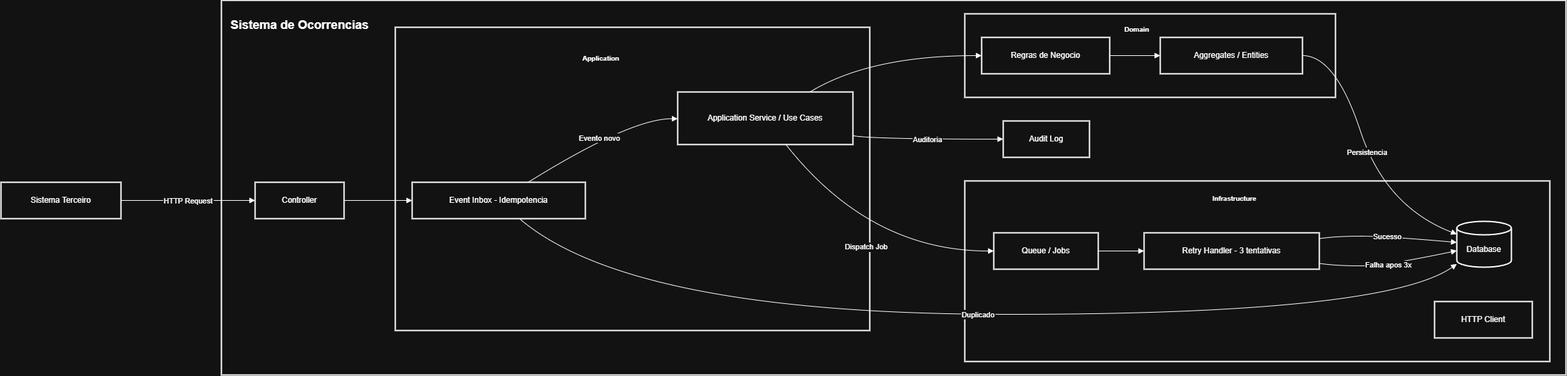
Before: docs/diagrama.png, a diagram exported from draw.io (pqmath/prova). Source tidied: cells renumbered, new cells last; positions are measured from the earlier drawing's top-left corner, leaving out a move shared by most shapes.
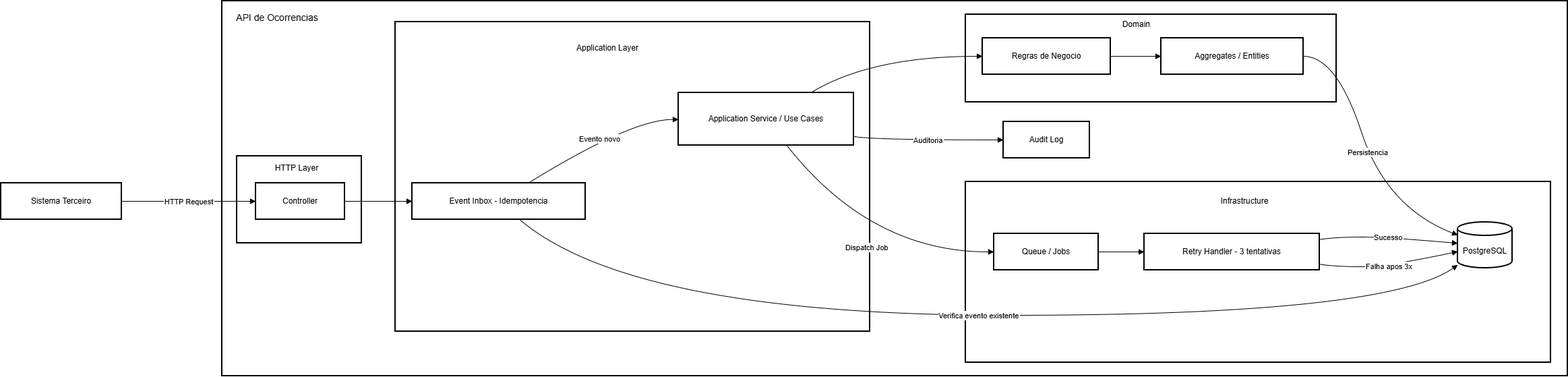
Later version of the same file.

The edit, as a diff of the source:
```diff
@@ -2,134 +2,137 @@
   <root>
     <mxCell id="0" />
     <mxCell id="1" parent="0" />
-    <mxCell id="2" style="whiteSpace=wrap;strokeWidth=2;" parent="1" vertex="1">
-      <mxGeometry x="327" width="1995" height="556" as="geometry" />
-    </mxCell>
-    <mxCell id="3" style="whiteSpace=wrap;strokeWidth=2;" parent="1" vertex="1">
-      <mxGeometry x="1430" y="268" width="868" height="268" as="geometry" />
-    </mxCell>
-    <mxCell id="4" style="whiteSpace=wrap;strokeWidth=2;" parent="1" vertex="1">
-      <mxGeometry x="1430" y="20" width="550" height="124" as="geometry" />
-    </mxCell>
-    <mxCell id="5" style="whiteSpace=wrap;strokeWidth=2;" parent="1" vertex="1">
-      <mxGeometry x="585" y="40" width="704" height="450" as="geometry" />
-    </mxCell>
+    <mxCell id="33" style="whiteSpace=wrap;strokeWidth=2;" parent="1" vertex="1">
+      <mxGeometry x="678" y="120" width="1996" height="556" as="geometry" />
+    </mxCell>
+    <mxCell id="34" style="whiteSpace=wrap;strokeWidth=2;" parent="1" vertex="1">
+      <mxGeometry x="1781" y="388" width="868" height="268" as="geometry" />
+    </mxCell>
+    <mxCell id="35" style="whiteSpace=wrap;strokeWidth=2;" parent="1" vertex="1">
+      <mxGeometry x="1781" y="140" width="550" height="130" as="geometry" />
+    </mxCell>
+    <mxCell id="36" style="whiteSpace=wrap;strokeWidth=2;" parent="1" vertex="1">
+      <mxGeometry x="935" y="151" width="704" height="459" as="geometry" />
+    </mxCell>
+    <mxCell id="37" style="whiteSpace=wrap;strokeWidth=2;" parent="1" vertex="1">
+      <mxGeometry x="700" y="350" width="185" height="129" as="geometry" />
+    </mxCell>
     <mxCell id="6" value="Sistema Terceiro" style="whiteSpace=wrap;strokeWidth=2;" parent="1" vertex="1">
-      <mxGeometry y="270" width="178" height="54" as="geometry" />
+      <mxGeometry x="350" y="390" width="179" height="54" as="geometry" />
     </mxCell>
     <mxCell id="7" value="Controller" style="whiteSpace=wrap;strokeWidth=2;" parent="1" vertex="1">
-      <mxGeometry x="377" y="270" width="132" height="54" as="geometry" />
+      <mxGeometry x="728" y="390" width="132" height="54" as="geometry" />
     </mxCell>
     <mxCell id="8" value="Event Inbox - Idempotencia" style="whiteSpace=wrap;strokeWidth=2;" parent="1" vertex="1">
-      <mxGeometry x="610" y="270" width="257" height="54" as="geometry" />
+      <mxGeometry x="960" y="390" width="257" height="54" as="geometry" />
     </mxCell>
     <mxCell id="9" value="Application Service / Use Cases" style="whiteSpace=wrap;strokeWidth=2;" parent="1" vertex="1">
-      <mxGeometry x="1004" y="136" width="260" height="78" as="geometry" />
+      <mxGeometry x="1355" y="256" width="260" height="78" as="geometry" />
     </mxCell>
     <mxCell id="10" value="Regras de Negocio" style="whiteSpace=wrap;strokeWidth=2;" parent="1" vertex="1">
-      <mxGeometry x="1455" y="55" width="190" height="54" as="geometry" />
+      <mxGeometry x="1806" y="175" width="190" height="54" as="geometry" />
     </mxCell>
     <mxCell id="11" value="Aggregates / Entities" style="whiteSpace=wrap;strokeWidth=2;" parent="1" vertex="1">
-      <mxGeometry x="1720" y="55" width="211" height="54" as="geometry" />
+      <mxGeometry x="2071" y="175" width="211" height="54" as="geometry" />
     </mxCell>
-    <mxCell id="12" value="Database" style="shape=cylinder3;boundedLbl=1;backgroundOutline=1;size=10;strokeWidth=2;whiteSpace=wrap;" parent="1" vertex="1">
-      <mxGeometry x="2160" y="328" width="81" height="68" as="geometry" />
-    </mxCell>
+    <mxCell id="38" value="PostgreSQL" style="shape=cylinder3;boundedLbl=1;backgroundOutline=1;size=10;strokeWidth=2;whiteSpace=wrap;" parent="1" vertex="1">
+      <mxGeometry x="2511" y="448" width="81" height="68" as="geometry" />
+    </mxCell>
     <mxCell id="13" value="Queue / Jobs" style="whiteSpace=wrap;strokeWidth=2;" parent="1" vertex="1">
-      <mxGeometry x="1473" y="345" width="155" height="54" as="geometry" />
+      <mxGeometry x="1823" y="465" width="155" height="54" as="geometry" />
     </mxCell>
     <mxCell id="14" value="Retry Handler - 3 tentativas" style="whiteSpace=wrap;strokeWidth=2;" parent="1" vertex="1">
-      <mxGeometry x="1696" y="345" width="260" height="54" as="geometry" />
+      <mxGeometry x="2046" y="465" width="260" height="54" as="geometry" />
     </mxCell>
-    <mxCell id="15" value="HTTP Client" style="whiteSpace=wrap;strokeWidth=2;" parent="1" vertex="1">
-      <mxGeometry x="2127" y="447" width="145" height="54" as="geometry" />
-    </mxCell>
     <mxCell id="16" value="Audit Log" style="whiteSpace=wrap;strokeWidth=2;" parent="1" vertex="1">
-      <mxGeometry x="1487" y="179" width="128" height="54" as="geometry" />
+      <mxGeometry x="1837" y="299" width="128" height="54" as="geometry" />
     </mxCell>
     <mxCell id="17" value="HTTP Request" style="curved=1;startArrow=none;endArrow=block;exitX=1;exitY=0.5;entryX=0;entryY=0.5;rounded=0;" parent="1" edge="1" source="6" target="7">
       <mxGeometry relative="1" as="geometry" />
     </mxCell>
-    <mxCell id="18" style="curved=1;startArrow=none;endArrow=block;exitX=1.01;exitY=0.5;entryX=0;entryY=0.5;rounded=0;" parent="1" edge="1" source="7" target="8">
+    <mxCell id="18" style="curved=1;startArrow=none;endArrow=block;exitX=1;exitY=0.5;entryX=0;entryY=0.5;rounded=0;" parent="1" edge="1" source="7" target="8">
       <mxGeometry relative="1" as="geometry" />
     </mxCell>
     <mxCell id="19" value="Evento novo" style="curved=1;startArrow=none;endArrow=block;exitX=0.67;exitY=0;entryX=0;entryY=0.51;rounded=0;" parent="1" edge="1" source="8" target="9">
       <mxGeometry relative="1" as="geometry">
         <Array as="points">
-          <mxPoint x="935" y="175" />
+          <mxPoint x="1286" y="295" />
         </Array>
       </mxGeometry>
     </mxCell>
-    <mxCell id="20" value="Duplicado" style="curved=1;startArrow=none;endArrow=block;exitX=0.62;exitY=1;entryX=0;entryY=0.93;rounded=0;" parent="1" edge="1" source="8" target="12">
-      <mxGeometry relative="1" as="geometry">
-        <Array as="points">
-          <mxPoint x="935" y="466" />
-          <mxPoint x="2054" y="466" />
-        </Array>
-      </mxGeometry>
-    </mxCell>
+    <mxCell id="39" value="Verifica evento existente" style="curved=1;startArrow=none;endArrow=block;exitX=0.62;exitY=1;entryX=0;entryY=0.93;rounded=0;" parent="1" edge="1" source="8" target="38">
+      <mxGeometry relative="1" as="geometry">
+        <Array as="points">
+          <mxPoint x="1286" y="586" />
+          <mxPoint x="2405" y="586" />
+        </Array>
+      </mxGeometry>
+    </mxCell>
     <mxCell id="21" style="curved=1;startArrow=none;endArrow=block;exitX=0.75;exitY=0.01;entryX=0;entryY=0.5;rounded=0;" parent="1" edge="1" source="9" target="10">
       <mxGeometry relative="1" as="geometry">
         <Array as="points">
-          <mxPoint x="1289" y="82" />
+          <mxPoint x="1640" y="202" />
         </Array>
       </mxGeometry>
     </mxCell>
     <mxCell id="22" style="curved=1;startArrow=none;endArrow=block;exitX=1;exitY=0.5;entryX=0;entryY=0.5;rounded=0;" parent="1" edge="1" source="10" target="11">
       <mxGeometry relative="1" as="geometry" />
     </mxCell>
-    <mxCell id="23" value="Persistencia" style="curved=1;startArrow=none;endArrow=block;exitX=1;exitY=0.5;entryX=0;entryY=0.28;rounded=0;" parent="1" edge="1" source="11" target="12">
+    <mxCell id="23" value="Persistencia" style="curved=1;startArrow=none;endArrow=block;exitX=1;exitY=0.5;entryX=0;entryY=0.28;rounded=0;" parent="1" edge="1" source="11" target="38">
       <mxGeometry relative="1" as="geometry">
         <Array as="points">
-          <mxPoint x="1980" y="82" />
-          <mxPoint x="2054" y="306" />
+          <mxPoint x="2331" y="202" />
+          <mxPoint x="2405" y="426" />
         </Array>
       </mxGeometry>
     </mxCell>
     <mxCell id="24" value="Auditoria" style="curved=1;startArrow=none;endArrow=block;exitX=1;exitY=0.83;entryX=0;entryY=0.5;rounded=0;" parent="1" edge="1" source="9" target="16">
       <mxGeometry relative="1" as="geometry">
         <Array as="points">
-          <mxPoint x="1289" y="206" />
+          <mxPoint x="1640" y="326" />
         </Array>
       </mxGeometry>
     </mxCell>
     <mxCell id="25" value="Dispatch Job" style="curved=1;startArrow=none;endArrow=block;exitX=0.62;exitY=1.01;entryX=0;entryY=0.5;rounded=0;" parent="1" edge="1" source="9" target="13">
       <mxGeometry relative="1" as="geometry">
         <Array as="points">
-          <mxPoint x="1289" y="372" />
+          <mxPoint x="1640" y="492" />
         </Array>
       </mxGeometry>
     </mxCell>
-    <mxCell id="26" style="curved=1;startArrow=none;endArrow=block;exitX=1;exitY=0.5;entryX=0;entryY=0.5;rounded=0;" parent="1" edge="1" source="13" target="14">
+    <mxCell id="26" style="curved=1;startArrow=none;endArrow=block;exitX=1.01;exitY=0.5;entryX=0;entryY=0.5;rounded=0;" parent="1" edge="1" source="13" target="14">
       <mxGeometry relative="1" as="geometry" />
     </mxCell>
-    <mxCell id="27" value="Sucesso" style="curved=1;startArrow=none;endArrow=block;exitX=1;exitY=0.16;entryX=0;entryY=0.46;rounded=0;" parent="1" edge="1" source="14" target="12">
+    <mxCell id="27" value="Sucesso" style="curved=1;startArrow=none;endArrow=block;exitX=1;exitY=0.16;entryX=0;entryY=0.46;rounded=0;" parent="1" edge="1" source="14" target="38">
       <mxGeometry relative="1" as="geometry">
         <Array as="points">
-          <mxPoint x="1980" y="350" />
-          <mxPoint x="2054" y="350" />
+          <mxPoint x="2331" y="470" />
+          <mxPoint x="2405" y="470" />
         </Array>
       </mxGeometry>
     </mxCell>
-    <mxCell id="28" value="Falha apos 3x" style="curved=1;startArrow=none;endArrow=block;exitX=1;exitY=0.84;entryX=0;entryY=0.64;rounded=0;" parent="1" edge="1" source="14" target="12">
+    <mxCell id="28" value="Falha apos 3x" style="curved=1;startArrow=none;endArrow=block;exitX=1;exitY=0.84;entryX=0;entryY=0.64;rounded=0;" parent="1" edge="1" source="14" target="38">
       <mxGeometry relative="1" as="geometry">
         <Array as="points">
-          <mxPoint x="1980" y="394" />
-          <mxPoint x="2054" y="394" />
+          <mxPoint x="2331" y="514" />
+          <mxPoint x="2405" y="514" />
         </Array>
       </mxGeometry>
     </mxCell>
+    <mxCell id="40" value="HTTP Layer" style="text;html=1;whiteSpace=wrap;strokeColor=none;fillColor=none;align=center;verticalAlign=middle;rounded=0;" parent="1" vertex="1">
+      <mxGeometry x="744" y="353" width="90" height="30" as="geometry" />
+    </mxCell>
+    <mxCell id="41" value="Application Layer" style="text;html=1;whiteSpace=wrap;strokeColor=none;fillColor=none;align=center;verticalAlign=middle;rounded=0;" parent="1" vertex="1">
+      <mxGeometry x="1190" y="175" width="120" height="30" as="geometry" />
+    </mxCell>
-    <mxCell id="29" value="&lt;font style=&quot;font-size: 10px;&quot;&gt;Domain&lt;/font&gt;" style="text;strokeColor=none;fillColor=none;html=1;fontSize=24;fontStyle=1;verticalAlign=middle;align=center;" parent="1" vertex="1">
-      <mxGeometry x="1670" y="37" width="30" height="3" as="geometry" />
+    <mxCell id="29" value="Domain&amp;nbsp;" style="text;html=1;whiteSpace=wrap;strokeColor=none;fillColor=none;align=center;verticalAlign=middle;rounded=0;" parent="1" vertex="1">
+      <mxGeometry x="2001" y="140" width="70" height="30" as="geometry" />
     </mxCell>
-    <mxCell id="30" value="&lt;font style=&quot;font-size: 10px;&quot;&gt;Infrastructure&lt;/font&gt;" style="text;strokeColor=none;fillColor=none;html=1;fontSize=24;fontStyle=1;verticalAlign=middle;align=center;" parent="1" vertex="1">
-      <mxGeometry x="1780" y="270" width="100" height="40" as="geometry" />
+    <mxCell id="30" value="Infrastructure" style="text;html=1;whiteSpace=wrap;strokeColor=none;fillColor=none;align=center;verticalAlign=middle;rounded=0;" parent="1" vertex="1">
+      <mxGeometry x="2150" y="402" width="90" height="30" as="geometry" />
     </mxCell>
-    <mxCell id="31" value="&lt;font style=&quot;font-size: 10px;&quot;&gt;Application&lt;/font&gt;" style="text;strokeColor=none;fillColor=none;html=1;fontSize=24;fontStyle=1;verticalAlign=middle;align=center;" parent="1" vertex="1">
-      <mxGeometry x="840" y="62" width="100" height="40" as="geometry" />
-    </mxCell>
-    <mxCell id="32" value="&lt;font style=&quot;font-size: 18px;&quot;&gt;Sistema de Ocorrencias&lt;/font&gt;" style="text;strokeColor=none;fillColor=none;html=1;fontSize=24;fontStyle=1;verticalAlign=middle;align=center;" parent="1" vertex="1">
-      <mxGeometry x="393" y="15" width="100" height="40" as="geometry" />
-    </mxCell>
+    <mxCell id="42" value="&lt;font style=&quot;font-size: 14px;&quot;&gt;API de Ocorrencias&lt;/font&gt;" style="text;html=1;whiteSpace=wrap;strokeColor=none;fillColor=none;align=center;verticalAlign=middle;rounded=0;" parent="1" vertex="1">
+      <mxGeometry x="690" y="130" width="140" height="30" as="geometry" />
+    </mxCell>
   </root>
 </mxGraphModel>
```
